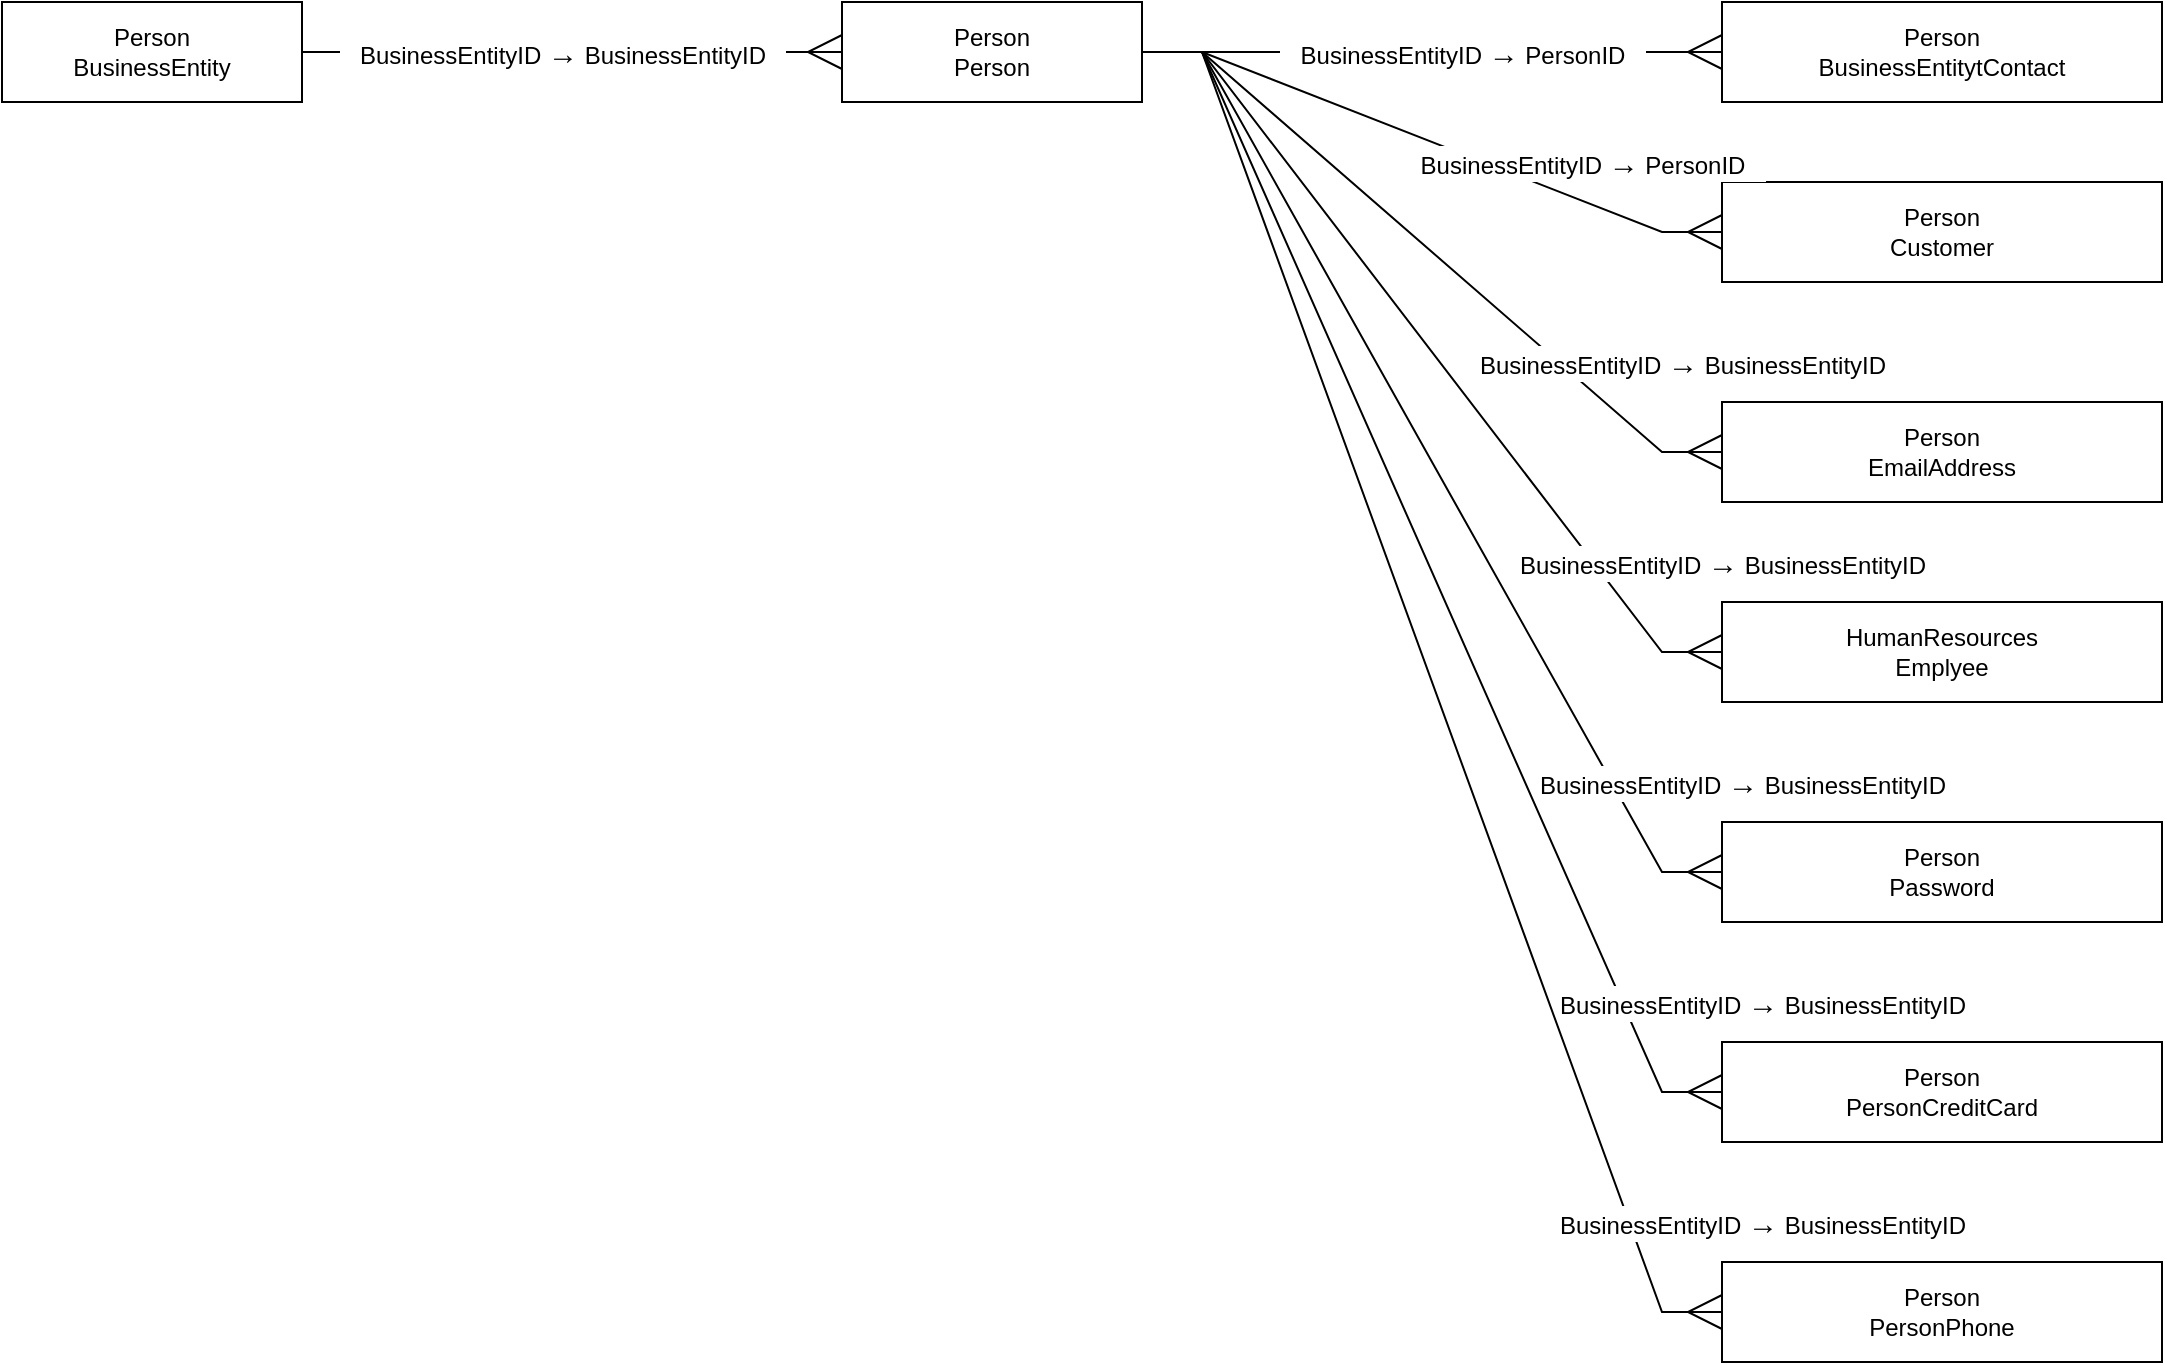
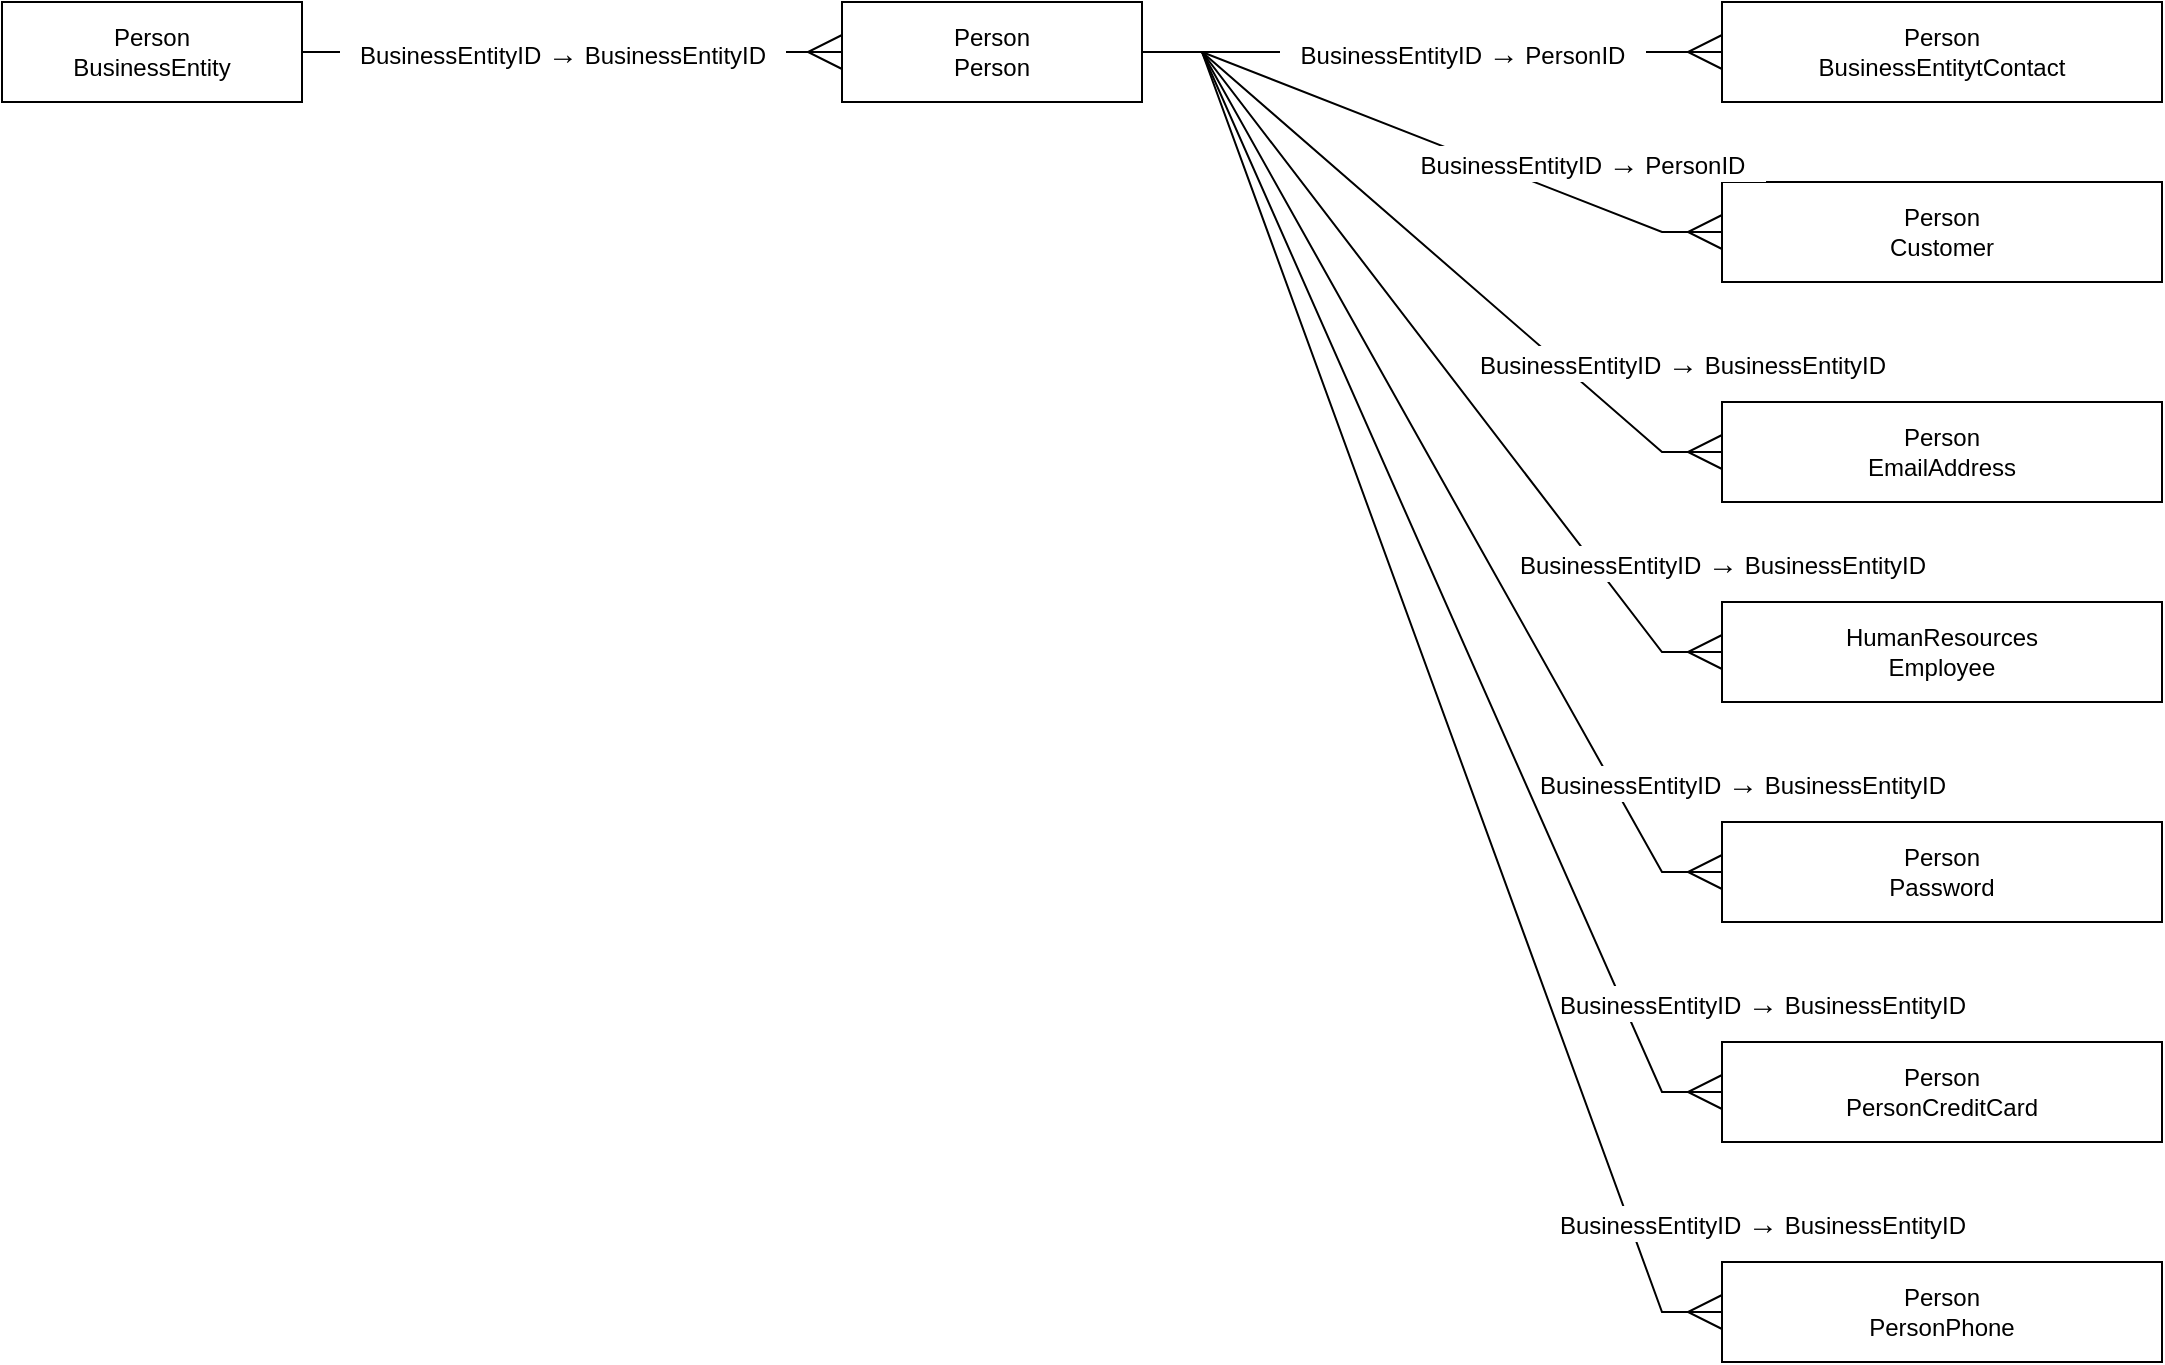
<mxfile host="app.diagrams.net">
  <diagram name="Page-1" id="TGhwGuI9gv14kq6hYw2H">
-     <mxGraphModel dx="1799" dy="794" grid="1" gridSize="10" guides="1" tooltips="1" connect="1" arrows="1" fold="1" page="0" pageScale="1" pageWidth="1169" pageHeight="827" math="0" shadow="0">
+     <mxGraphModel dx="1624" dy="695" grid="1" gridSize="10" guides="1" tooltips="1" connect="1" arrows="1" fold="1" page="0" pageScale="1" pageWidth="1169" pageHeight="827" math="0" shadow="0">
      <root>
        <mxCell id="0" />
        <mxCell id="1" parent="0" />
        <mxCell id="hr0s2cp0zzNqllsCONSR-1" parent="1" style="rounded=0;whiteSpace=wrap;html=1;" value="Person&lt;div&gt;Person&lt;/div&gt;" vertex="1">
          <mxGeometry height="50" width="150" x="170" y="100" as="geometry" />
        </mxCell>
        <mxCell id="hr0s2cp0zzNqllsCONSR-2" parent="1" style="rounded=0;whiteSpace=wrap;html=1;" value="Person&lt;div&gt;BusinessEntitytContact&lt;/div&gt;" vertex="1">
          <mxGeometry height="50" width="220" x="610" y="100" as="geometry" />
        </mxCell>
        <mxCell id="hr0s2cp0zzNqllsCONSR-4" edge="1" parent="1" source="hr0s2cp0zzNqllsCONSR-1" style="edgeStyle=entityRelationEdgeStyle;fontSize=12;html=1;endArrow=ERmany;rounded=0;exitX=1;exitY=0.5;exitDx=0;exitDy=0;entryX=0;entryY=0.5;entryDx=0;entryDy=0;strokeWidth=1;startSize=6;strokeColor=default;endSize=15;" target="hr0s2cp0zzNqllsCONSR-2" value="&amp;nbsp; &amp;nbsp;BusinessEntityID &lt;font style=&quot;font-size: 15px;&quot;&gt;→&lt;/font&gt; PersonID&amp;nbsp; &amp;nbsp;">
          <mxGeometry height="100" relative="1" width="100" x="0.1034" as="geometry">
            <mxPoint as="offset" />
            <mxPoint x="330" y="240" as="sourcePoint" />
            <mxPoint x="430" y="140" as="targetPoint" />
          </mxGeometry>
        </mxCell>
        <mxCell id="hr0s2cp0zzNqllsCONSR-5" parent="1" style="rounded=0;whiteSpace=wrap;html=1;" value="Person&lt;div&gt;Customer&lt;/div&gt;" vertex="1">
          <mxGeometry height="50" width="220" x="610" y="190" as="geometry" />
        </mxCell>
        <mxCell id="hr0s2cp0zzNqllsCONSR-6" edge="1" parent="1" source="hr0s2cp0zzNqllsCONSR-1" style="fontSize=12;html=1;endArrow=ERmany;rounded=0;exitX=1;exitY=0.5;exitDx=0;exitDy=0;entryX=0;entryY=0.5;entryDx=0;entryDy=0;strokeWidth=1;startSize=6;strokeColor=default;endSize=15;edgeStyle=entityRelationEdgeStyle;" target="hr0s2cp0zzNqllsCONSR-5" value="&amp;nbsp; &amp;nbsp;BusinessEntityID &lt;font style=&quot;font-size: 15px;&quot;&gt;→&lt;/font&gt; PersonID&amp;nbsp; &amp;nbsp;">
          <mxGeometry height="100" relative="1" width="100" x="0.4788" y="18" as="geometry">
            <mxPoint as="offset" />
            <mxPoint x="370" y="130" as="sourcePoint" />
            <mxPoint x="660" y="130" as="targetPoint" />
          </mxGeometry>
        </mxCell>
        <mxCell id="hr0s2cp0zzNqllsCONSR-7" parent="1" style="rounded=0;whiteSpace=wrap;html=1;" value="Person&lt;div&gt;EmailAddress&lt;/div&gt;" vertex="1">
          <mxGeometry height="50" width="220" x="610" y="300" as="geometry" />
        </mxCell>
        <mxCell id="hr0s2cp0zzNqllsCONSR-8" edge="1" parent="1" source="hr0s2cp0zzNqllsCONSR-1" style="fontSize=12;html=1;endArrow=ERmany;rounded=0;exitX=1;exitY=0.5;exitDx=0;exitDy=0;entryX=0;entryY=0.5;entryDx=0;entryDy=0;strokeWidth=1;startSize=6;strokeColor=default;endSize=15;edgeStyle=entityRelationEdgeStyle;" target="hr0s2cp0zzNqllsCONSR-7" value="&amp;nbsp; &amp;nbsp;BusinessEntityID &lt;font style=&quot;font-size: 15px;&quot;&gt;→&lt;/font&gt; BusinessEntityID&amp;nbsp; &amp;nbsp;">
          <mxGeometry height="100" relative="1" width="100" x="0.715" y="41" as="geometry">
            <mxPoint as="offset" />
            <mxPoint x="450" y="190" as="sourcePoint" />
            <mxPoint x="740" y="257" as="targetPoint" />
          </mxGeometry>
        </mxCell>
-         <mxCell id="hr0s2cp0zzNqllsCONSR-9" parent="1" style="rounded=0;whiteSpace=wrap;html=1;" value="HumanResources&lt;div&gt;Emplyee&lt;/div&gt;" vertex="1">
+         <mxCell id="hr0s2cp0zzNqllsCONSR-9" parent="1" style="rounded=0;whiteSpace=wrap;html=1;" value="HumanResources&lt;div&gt;Employee&lt;/div&gt;" vertex="1">
          <mxGeometry height="50" width="220" x="610" y="400" as="geometry" />
        </mxCell>
        <mxCell id="hr0s2cp0zzNqllsCONSR-10" edge="1" parent="1" source="hr0s2cp0zzNqllsCONSR-1" style="fontSize=12;html=1;endArrow=ERmany;rounded=0;exitX=1;exitY=0.5;exitDx=0;exitDy=0;entryX=0;entryY=0.5;entryDx=0;entryDy=0;strokeWidth=1;startSize=6;strokeColor=default;endSize=15;edgeStyle=entityRelationEdgeStyle;" target="hr0s2cp0zzNqllsCONSR-9" value="&amp;nbsp; &amp;nbsp;BusinessEntityID &lt;font style=&quot;font-size: 15px;&quot;&gt;→&lt;/font&gt; BusinessEntityID&amp;nbsp; &amp;nbsp;">
          <mxGeometry height="100" relative="1" width="100" x="1" y="45" as="geometry">
            <mxPoint as="offset" />
            <mxPoint x="490" y="350" as="sourcePoint" />
            <mxPoint x="780" y="550" as="targetPoint" />
          </mxGeometry>
        </mxCell>
        <mxCell id="hr0s2cp0zzNqllsCONSR-11" parent="1" style="rounded=0;whiteSpace=wrap;html=1;" value="Person&lt;div&gt;Password&lt;/div&gt;" vertex="1">
          <mxGeometry height="50" width="220" x="610" y="510" as="geometry" />
        </mxCell>
        <mxCell id="hr0s2cp0zzNqllsCONSR-12" edge="1" parent="1" source="hr0s2cp0zzNqllsCONSR-1" style="fontSize=12;html=1;endArrow=ERmany;rounded=0;exitX=1;exitY=0.5;exitDx=0;exitDy=0;entryX=0;entryY=0.5;entryDx=0;entryDy=0;strokeWidth=1;startSize=6;strokeColor=default;endSize=15;edgeStyle=entityRelationEdgeStyle;" target="hr0s2cp0zzNqllsCONSR-11" value="&amp;nbsp; &amp;nbsp;BusinessEntityID &lt;font style=&quot;font-size: 15px;&quot;&gt;→&lt;/font&gt; BusinessEntityID&amp;nbsp; &amp;nbsp;">
          <mxGeometry height="100" relative="1" width="100" x="1" y="46" as="geometry">
            <mxPoint x="10" y="1" as="offset" />
            <mxPoint x="210" y="210" as="sourcePoint" />
            <mxPoint x="500" y="510" as="targetPoint" />
          </mxGeometry>
        </mxCell>
        <mxCell id="hr0s2cp0zzNqllsCONSR-13" parent="1" style="rounded=0;whiteSpace=wrap;html=1;" value="Person&lt;div&gt;BusinessEntity&lt;/div&gt;" vertex="1">
          <mxGeometry height="50" width="150" x="-250" y="100" as="geometry" />
        </mxCell>
        <mxCell id="hr0s2cp0zzNqllsCONSR-14" edge="1" parent="1" source="hr0s2cp0zzNqllsCONSR-13" style="edgeStyle=entityRelationEdgeStyle;fontSize=12;html=1;endArrow=ERmany;rounded=0;exitX=1;exitY=0.5;exitDx=0;exitDy=0;entryX=0;entryY=0.5;entryDx=0;entryDy=0;strokeWidth=1;startSize=6;strokeColor=default;endSize=15;" target="hr0s2cp0zzNqllsCONSR-1" value="&amp;nbsp; &amp;nbsp;BusinessEntityID &lt;font style=&quot;font-size: 15px;&quot;&gt;→&lt;/font&gt; BusinessEntityID&amp;nbsp; &amp;nbsp;">
          <mxGeometry height="100" relative="1" width="100" x="-0.037" as="geometry">
            <mxPoint as="offset" />
            <mxPoint x="-50" y="200" as="sourcePoint" />
            <mxPoint x="240" y="200" as="targetPoint" />
          </mxGeometry>
        </mxCell>
        <mxCell id="hr0s2cp0zzNqllsCONSR-15" parent="1" style="rounded=0;whiteSpace=wrap;html=1;" value="Person&lt;div&gt;PersonCreditCard&lt;/div&gt;" vertex="1">
          <mxGeometry height="50" width="220" x="610" y="620" as="geometry" />
        </mxCell>
        <mxCell id="hr0s2cp0zzNqllsCONSR-16" edge="1" parent="1" source="hr0s2cp0zzNqllsCONSR-1" style="fontSize=12;html=1;endArrow=ERmany;rounded=0;exitX=1;exitY=0.5;exitDx=0;exitDy=0;entryX=0;entryY=0.5;entryDx=0;entryDy=0;strokeWidth=1;startSize=6;strokeColor=default;endSize=15;edgeStyle=entityRelationEdgeStyle;" target="hr0s2cp0zzNqllsCONSR-15" value="&amp;nbsp; &amp;nbsp;BusinessEntityID &lt;font style=&quot;font-size: 15px;&quot;&gt;→&lt;/font&gt; BusinessEntityID&amp;nbsp; &amp;nbsp;">
          <mxGeometry height="100" relative="1" width="100" x="1" y="49" as="geometry">
            <mxPoint x="20" y="4" as="offset" />
            <mxPoint x="210" y="300" as="sourcePoint" />
            <mxPoint x="500" y="710" as="targetPoint" />
          </mxGeometry>
        </mxCell>
        <mxCell id="hr0s2cp0zzNqllsCONSR-17" parent="1" style="rounded=0;whiteSpace=wrap;html=1;" value="Person&lt;div&gt;PersonPhone&lt;/div&gt;" vertex="1">
          <mxGeometry height="50" width="220" x="610" y="730" as="geometry" />
        </mxCell>
        <mxCell id="hr0s2cp0zzNqllsCONSR-18" edge="1" parent="1" source="hr0s2cp0zzNqllsCONSR-1" style="fontSize=12;html=1;endArrow=ERmany;rounded=0;exitX=1;exitY=0.5;exitDx=0;exitDy=0;entryX=0;entryY=0.5;entryDx=0;entryDy=0;strokeWidth=1;startSize=6;strokeColor=default;endSize=15;edgeStyle=entityRelationEdgeStyle;" target="hr0s2cp0zzNqllsCONSR-17" value="&amp;nbsp; &amp;nbsp;BusinessEntityID &lt;font style=&quot;font-size: 15px;&quot;&gt;→&lt;/font&gt; BusinessEntityID&amp;nbsp; &amp;nbsp;">
          <mxGeometry height="100" relative="1" width="100" x="1" y="49" as="geometry">
            <mxPoint x="20" y="4" as="offset" />
            <mxPoint x="190" y="190" as="sourcePoint" />
            <mxPoint x="480" y="710" as="targetPoint" />
          </mxGeometry>
        </mxCell>
      </root>
    </mxGraphModel>
  </diagram>
</mxfile>
